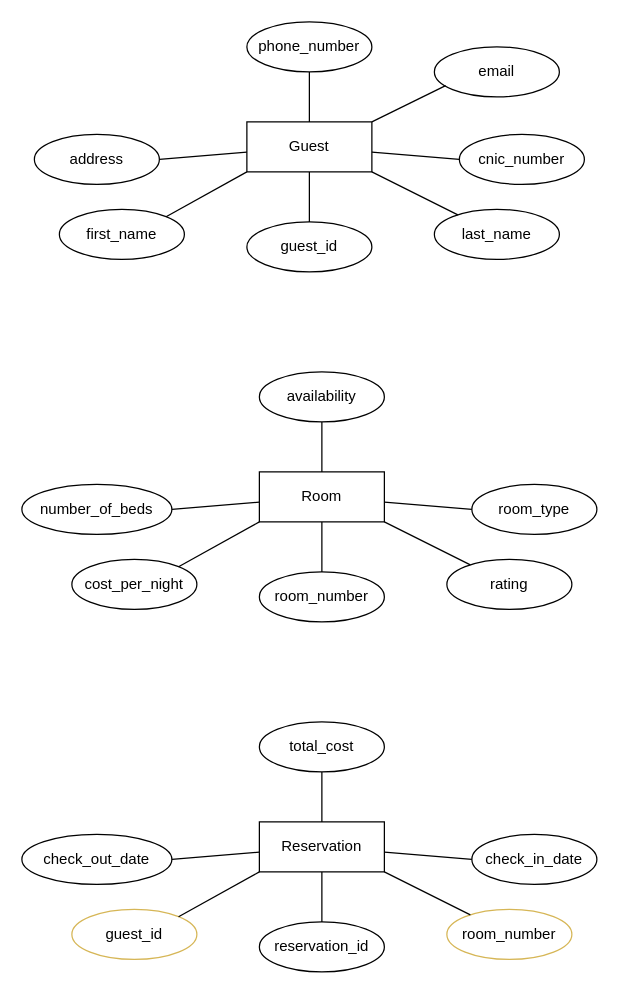
This is conceptual-modeling.drawio from Wahab3917/Database-Lab-4th-Semester, a draw.io file, before an edit. Source tidied: cells renumbered, new cells numbered last; positions are measured from the earlier drawing's top-left corner, leaving out a move shared by most shapes. Both pictures are drawn from the tidied source at 125%, with x=0, y=0 at pixel (21, 21).
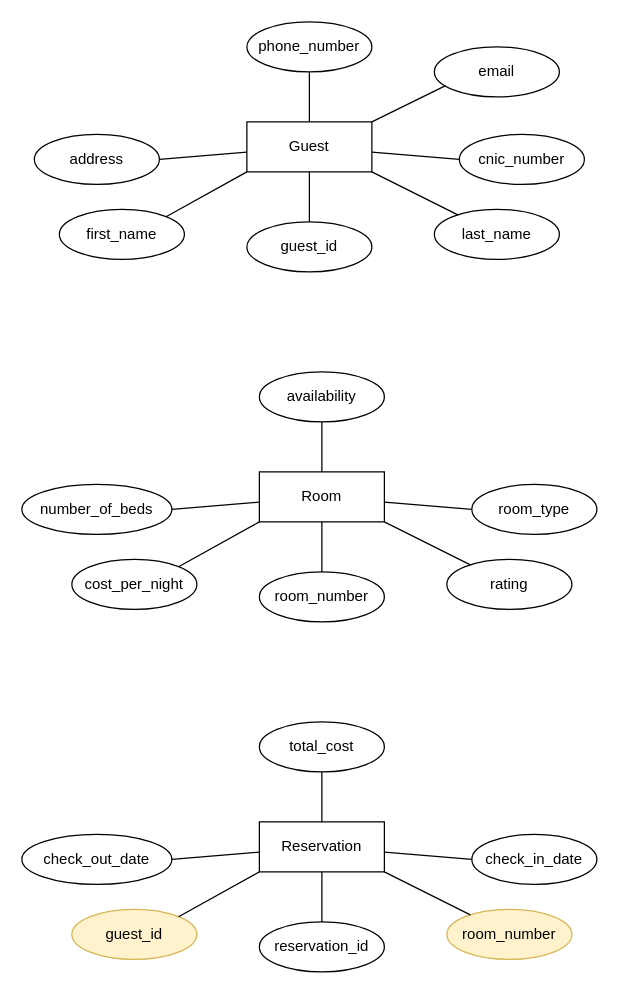
The same page after the edit.

Diff of the diagram source:
```diff
@@
-    <mxCell id="35" value="room_number" style="ellipse;whiteSpace=wrap;html=1;align=center;fillColor=none;strokeColor=#d6b656;" parent="1" vertex="1">
+    <mxCell id="35" value="room_number" style="ellipse;whiteSpace=wrap;html=1;align=center;fillColor=#fff2cc;strokeColor=#d6b656;" parent="1" vertex="1">
       <mxGeometry x="340" y="710" width="100" height="40" as="geometry" />
     </mxCell>
-    <mxCell id="36" value="guest_id" style="ellipse;whiteSpace=wrap;html=1;align=center;labelBackgroundColor=none;textShadow=0;labelBorderColor=none;fillColor=none;strokeColor=#d6b656;" parent="1" vertex="1">
+    <mxCell id="36" value="guest_id" style="ellipse;whiteSpace=wrap;html=1;align=center;labelBackgroundColor=none;textShadow=0;labelBorderColor=none;fillColor=#fff2cc;strokeColor=#d6b656;" parent="1" vertex="1">
       <mxGeometry x="40" y="710" width="100" height="40" as="geometry" />
     </mxCell>
```
